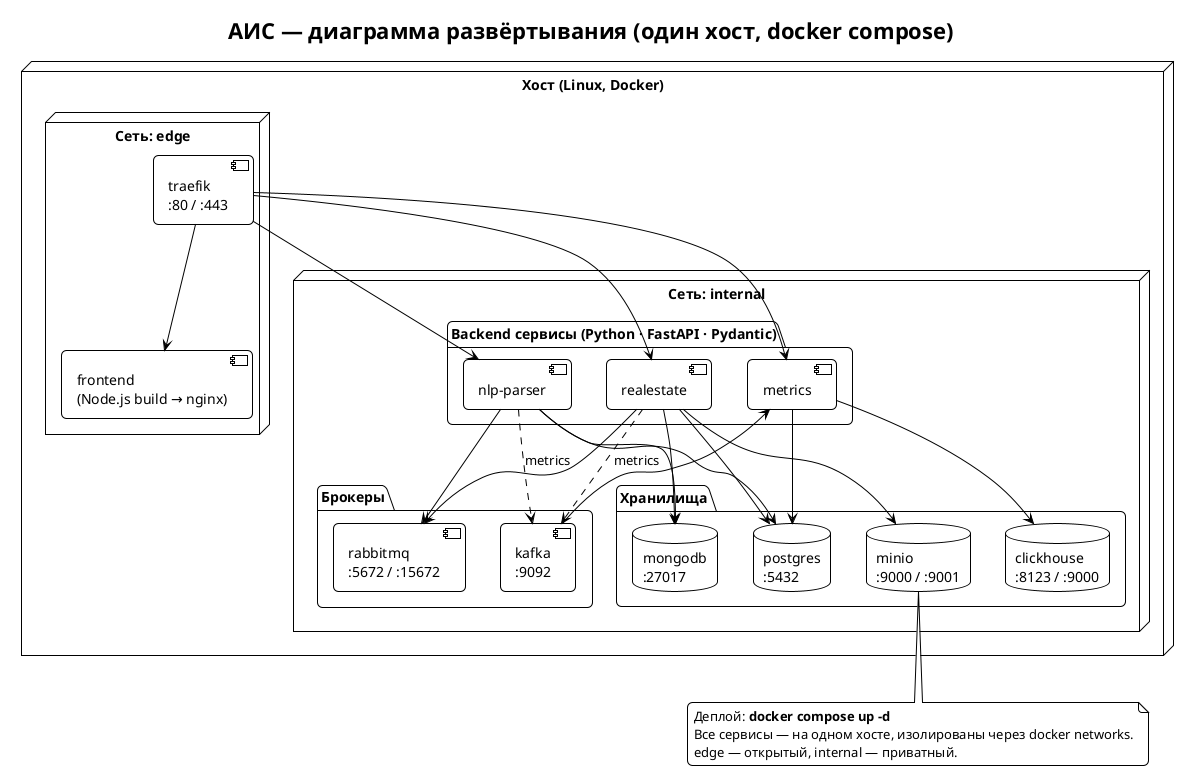
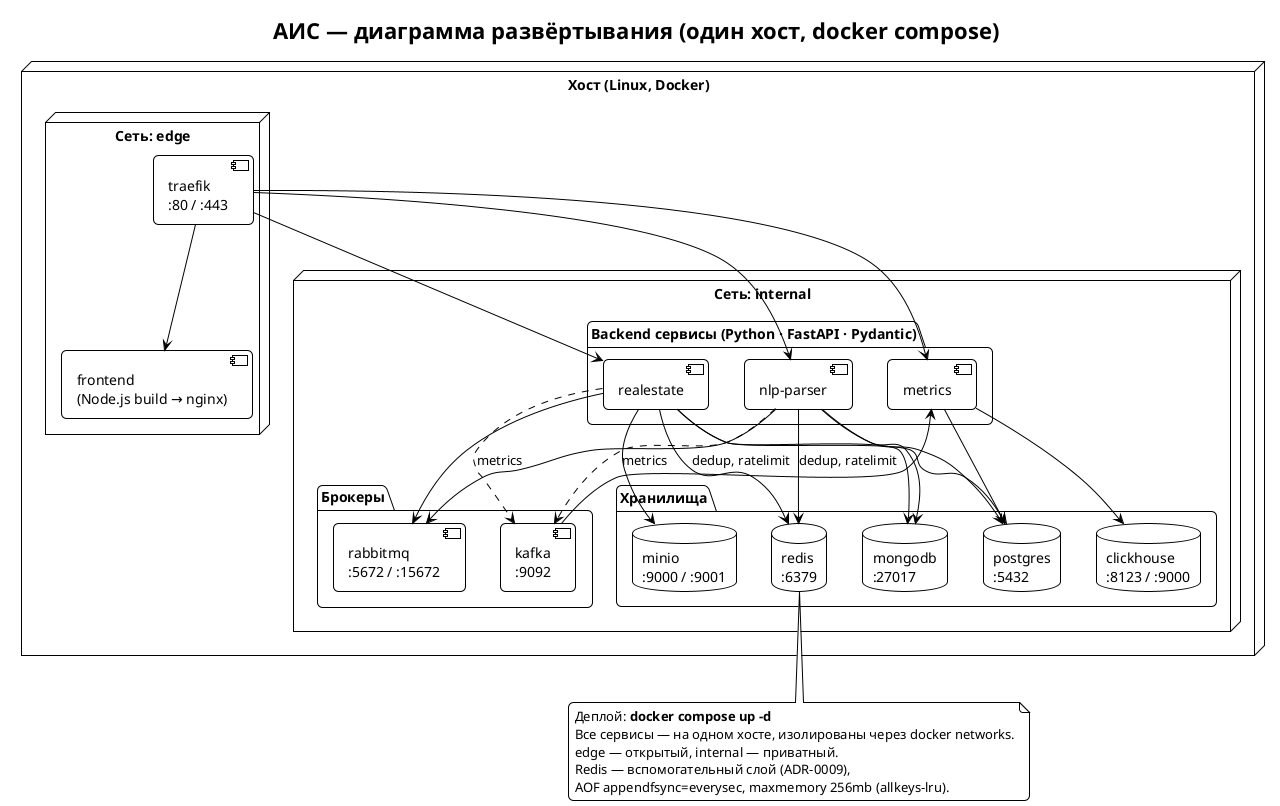
@startuml deployment
!theme plain
title АИС — диаграмма развёртывания (один хост, docker compose)

skinparam backgroundColor #FFFFFF
skinparam roundCorner 10
skinparam shadowing false
skinparam defaultFontName "Helvetica"

node "Хост (Linux, Docker)" {

  node "Сеть: edge" as edge_net {
    component "traefik\n:80 / :443" as traefik
    component "frontend\n(Node.js build → nginx)" as fe
  }

  node "Сеть: internal" as int_net {

    package "Backend сервисы (Python · FastAPI · Pydantic)" {
      component "realestate" as svc_re
      component "nlp-parser" as svc_nlp
      component "metrics" as svc_metrics
    }

    package "Брокеры" {
      component "rabbitmq\n:5672 / :15672" as mq_rabbit
      component "kafka\n:9092" as mq_kafka
    }

    package "Хранилища" {
      database "postgres\n:5432" as db_pg
      database "mongodb\n:27017" as db_mongo
      database "clickhouse\n:8123 / :9000" as db_ch
      database "minio\n:9000 / :9001" as db_minio
+       database "redis\n:6379" as db_redis
    }
  }
}

traefik --> fe
traefik --> svc_re
traefik --> svc_nlp
traefik --> svc_metrics

svc_re --> mq_rabbit
svc_nlp --> mq_rabbit
svc_re ..> mq_kafka : metrics
svc_nlp ..> mq_kafka : metrics
mq_kafka --> svc_metrics

svc_re --> db_pg
svc_re --> db_mongo
svc_re --> db_minio

svc_nlp --> db_pg
svc_nlp --> db_mongo

svc_metrics --> db_ch
svc_metrics --> db_pg

+ svc_re  --> db_redis : dedup, ratelimit
+ svc_nlp --> db_redis : dedup, ratelimit
+ 
note bottom
  Деплой: <b>docker compose up -d</b>
  Все сервисы — на одном хосте, изолированы через docker networks.
  edge — открытый, internal — приватный.
+   Redis — вспомогательный слой (ADR-0009),
+   AOF appendfsync=everysec, maxmemory 256mb (allkeys-lru).
end note

@enduml
